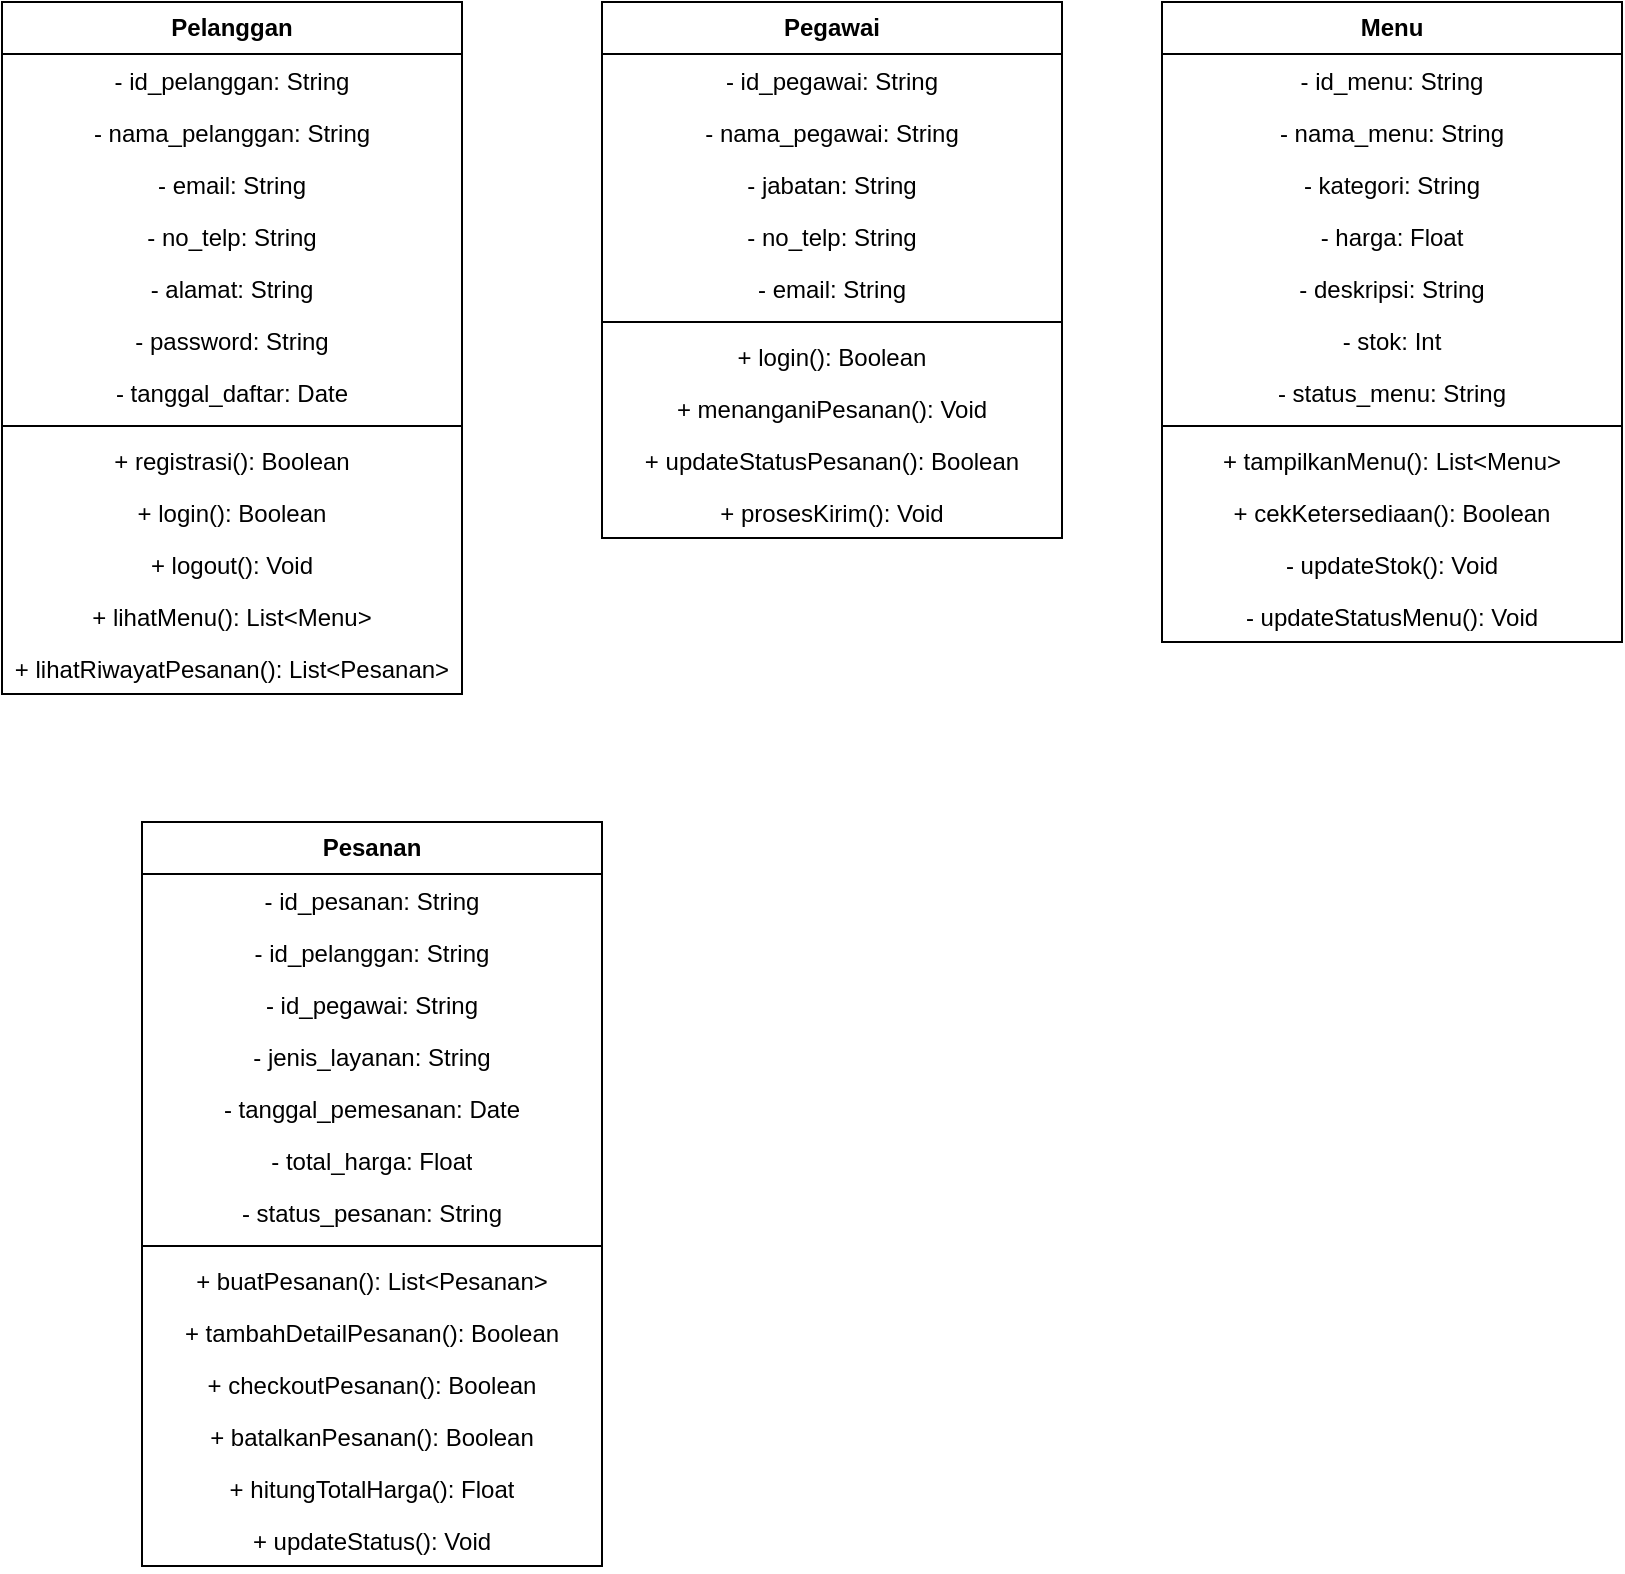
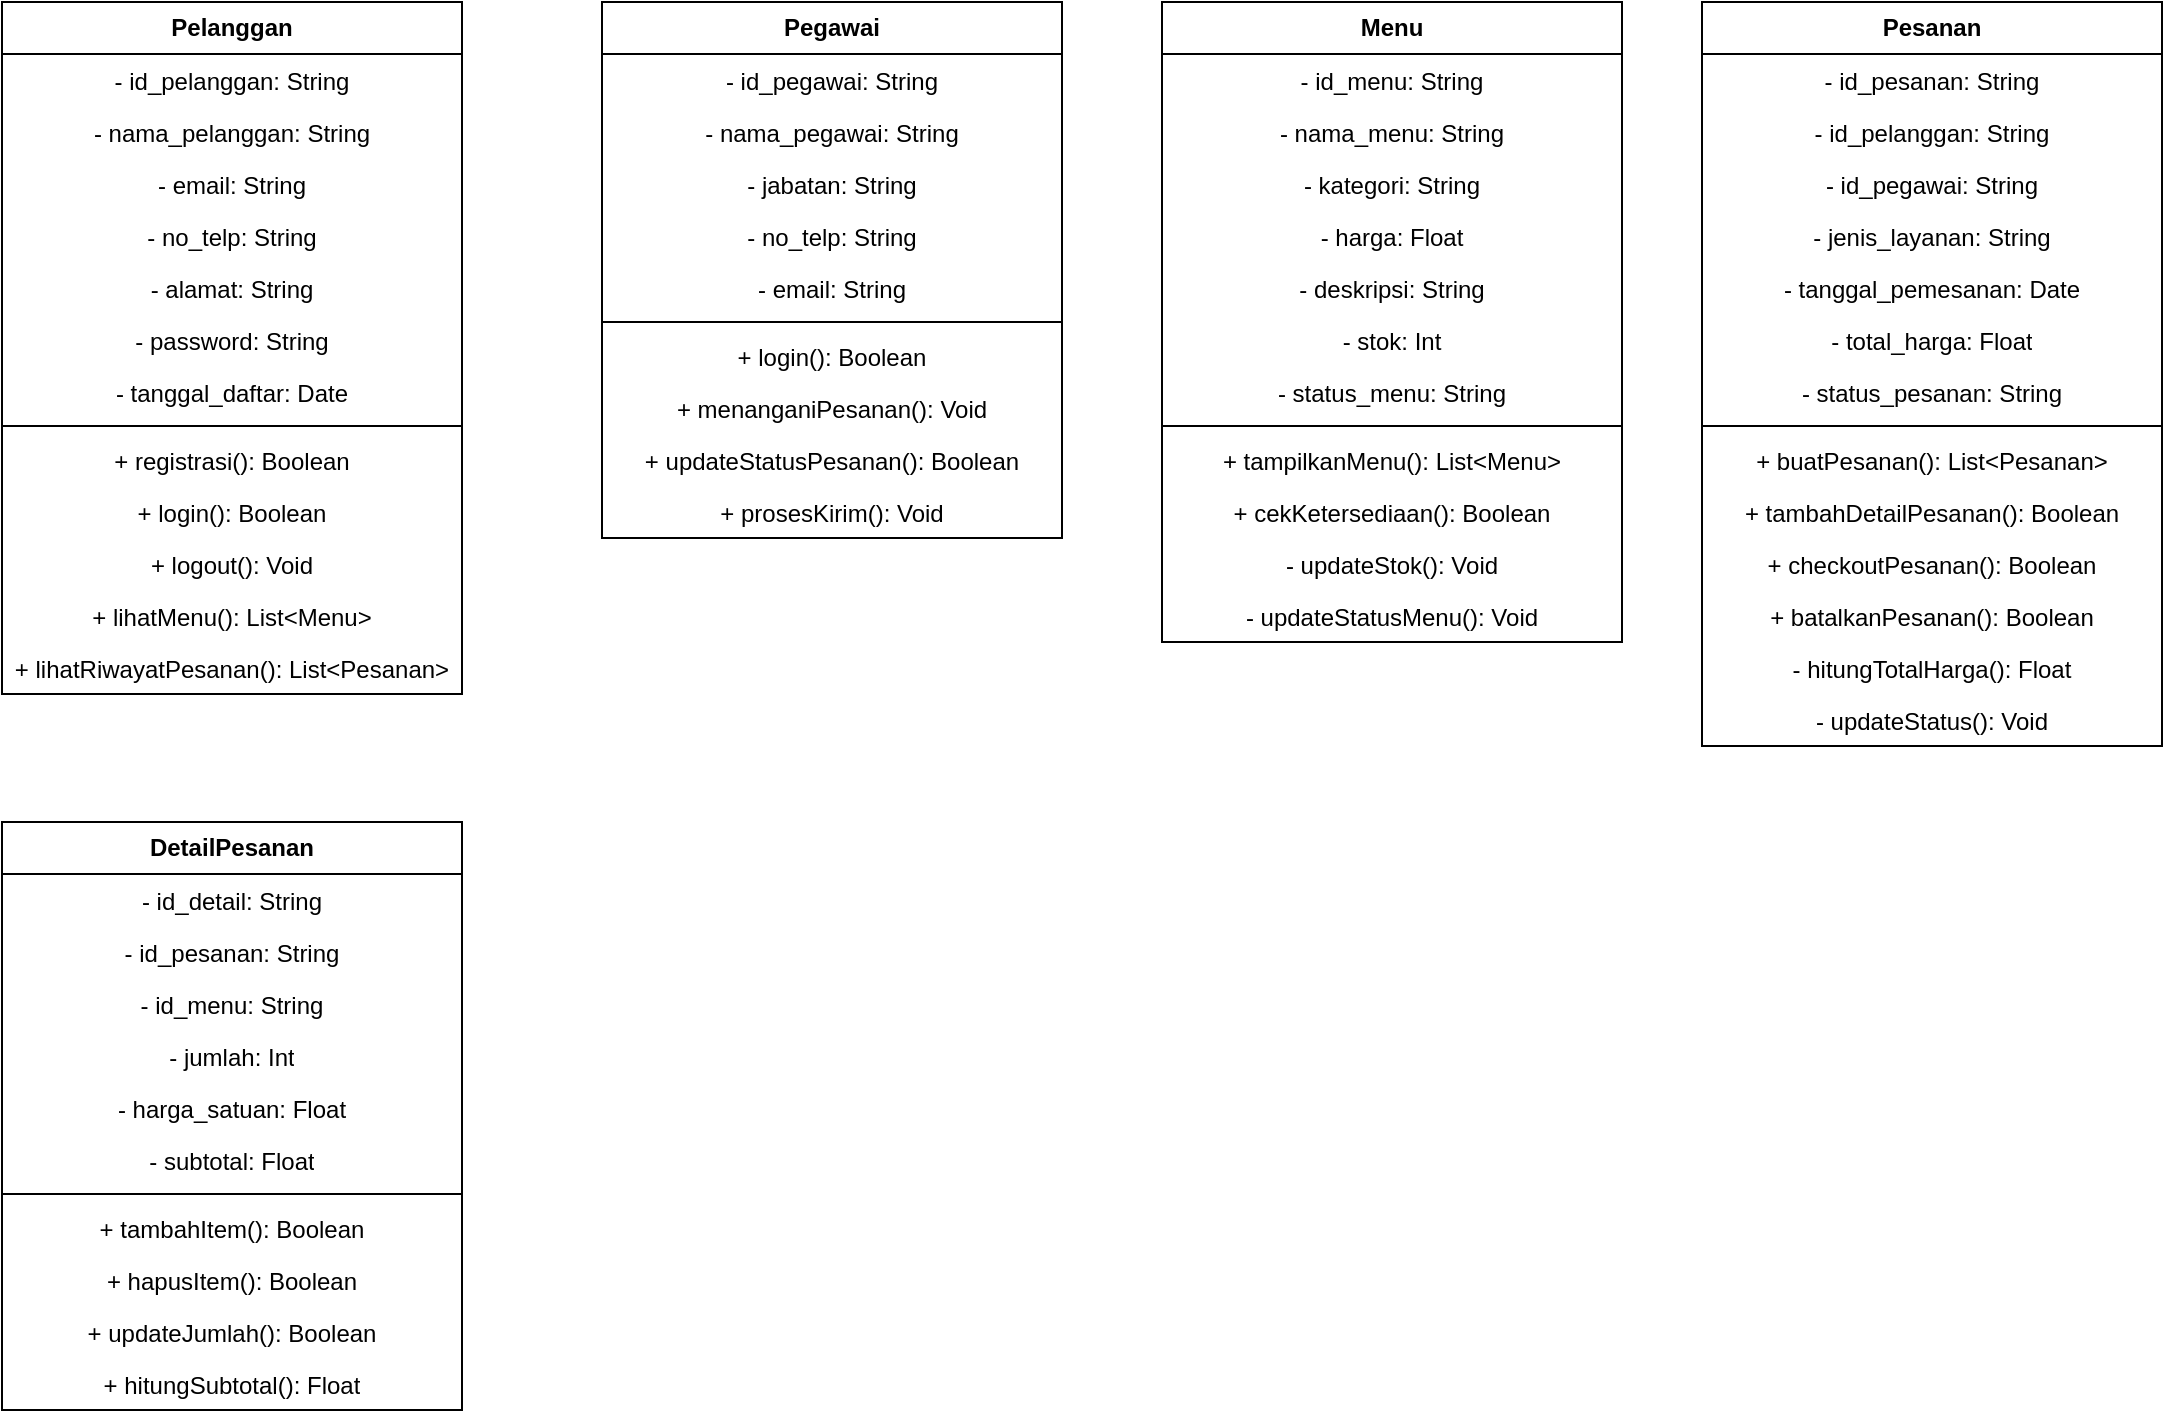
<mxfile host="app.diagrams.net">
  <diagram name="Class Diagram" id="XLRAudqMSV8JJL2WmWoO">
-     <mxGraphModel dx="667" dy="442" grid="1" gridSize="10" guides="1" tooltips="1" connect="1" arrows="1" fold="1" page="1" pageScale="1" pageWidth="827" pageHeight="1169" math="0" shadow="0">
+     <mxGraphModel dx="1168" dy="774" grid="1" gridSize="10" guides="1" tooltips="1" connect="1" arrows="1" fold="1" page="1" pageScale="1" pageWidth="827" pageHeight="1169" math="0" shadow="0">
      <root>
        <mxCell id="0" />
        <mxCell id="1" parent="0" />
        <mxCell id="4Q5ZbxA_9OykwKKi5Nih-1" parent="1" style="swimlane;fontStyle=1;align=center;verticalAlign=middle;childLayout=stackLayout;horizontal=1;startSize=26;horizontalStack=0;resizeParent=1;resizeParentMax=0;resizeLast=0;collapsible=1;marginBottom=0;whiteSpace=wrap;html=1;labelBorderColor=none;labelBackgroundColor=none;fontColor=default;" value="Pelanggan" vertex="1">
          <mxGeometry height="346" width="230" x="60" y="40" as="geometry" />
        </mxCell>
        <mxCell id="4Q5ZbxA_9OykwKKi5Nih-2" parent="4Q5ZbxA_9OykwKKi5Nih-1" style="text;strokeColor=none;fillColor=none;align=center;verticalAlign=top;spacingLeft=4;spacingRight=4;overflow=hidden;rotatable=0;points=[[0,0.5],[1,0.5]];portConstraint=eastwest;whiteSpace=wrap;html=1;" value="- id_pelanggan: String" vertex="1">
          <mxGeometry height="26" width="230" y="26" as="geometry" />
        </mxCell>
        <mxCell id="4Q5ZbxA_9OykwKKi5Nih-5" parent="4Q5ZbxA_9OykwKKi5Nih-1" style="text;strokeColor=none;fillColor=none;align=center;verticalAlign=top;spacingLeft=4;spacingRight=4;overflow=hidden;rotatable=0;points=[[0,0.5],[1,0.5]];portConstraint=eastwest;whiteSpace=wrap;html=1;" value="- nama_pelanggan: String" vertex="1">
          <mxGeometry height="26" width="230" y="52" as="geometry" />
        </mxCell>
        <mxCell id="4Q5ZbxA_9OykwKKi5Nih-6" parent="4Q5ZbxA_9OykwKKi5Nih-1" style="text;strokeColor=none;fillColor=none;align=center;verticalAlign=top;spacingLeft=4;spacingRight=4;overflow=hidden;rotatable=0;points=[[0,0.5],[1,0.5]];portConstraint=eastwest;whiteSpace=wrap;html=1;" value="- email: String" vertex="1">
          <mxGeometry height="26" width="230" y="78" as="geometry" />
        </mxCell>
        <mxCell id="4Q5ZbxA_9OykwKKi5Nih-7" parent="4Q5ZbxA_9OykwKKi5Nih-1" style="text;strokeColor=none;fillColor=none;align=center;verticalAlign=top;spacingLeft=4;spacingRight=4;overflow=hidden;rotatable=0;points=[[0,0.5],[1,0.5]];portConstraint=eastwest;whiteSpace=wrap;html=1;" value="- no_telp: String" vertex="1">
          <mxGeometry height="26" width="230" y="104" as="geometry" />
        </mxCell>
        <mxCell id="4Q5ZbxA_9OykwKKi5Nih-8" parent="4Q5ZbxA_9OykwKKi5Nih-1" style="text;strokeColor=none;fillColor=none;align=center;verticalAlign=top;spacingLeft=4;spacingRight=4;overflow=hidden;rotatable=0;points=[[0,0.5],[1,0.5]];portConstraint=eastwest;whiteSpace=wrap;html=1;" value="- alamat: String" vertex="1">
          <mxGeometry height="26" width="230" y="130" as="geometry" />
        </mxCell>
        <mxCell id="4Q5ZbxA_9OykwKKi5Nih-9" parent="4Q5ZbxA_9OykwKKi5Nih-1" style="text;strokeColor=none;fillColor=none;align=center;verticalAlign=top;spacingLeft=4;spacingRight=4;overflow=hidden;rotatable=0;points=[[0,0.5],[1,0.5]];portConstraint=eastwest;whiteSpace=wrap;html=1;" value="- password: String" vertex="1">
          <mxGeometry height="26" width="230" y="156" as="geometry" />
        </mxCell>
        <mxCell id="4Q5ZbxA_9OykwKKi5Nih-10" parent="4Q5ZbxA_9OykwKKi5Nih-1" style="text;strokeColor=none;fillColor=none;align=center;verticalAlign=top;spacingLeft=4;spacingRight=4;overflow=hidden;rotatable=0;points=[[0,0.5],[1,0.5]];portConstraint=eastwest;whiteSpace=wrap;html=1;" value="- tanggal_daftar: Date" vertex="1">
          <mxGeometry height="26" width="230" y="182" as="geometry" />
        </mxCell>
        <mxCell id="4Q5ZbxA_9OykwKKi5Nih-3" parent="4Q5ZbxA_9OykwKKi5Nih-1" style="line;strokeWidth=1;fillColor=none;align=center;verticalAlign=middle;spacingTop=-1;spacingLeft=3;spacingRight=3;rotatable=0;labelPosition=right;points=[];portConstraint=eastwest;strokeColor=inherit;" value="" vertex="1">
          <mxGeometry height="8" width="230" y="208" as="geometry" />
        </mxCell>
        <mxCell id="4Q5ZbxA_9OykwKKi5Nih-4" parent="4Q5ZbxA_9OykwKKi5Nih-1" style="text;strokeColor=none;fillColor=none;align=center;verticalAlign=top;spacingLeft=4;spacingRight=4;overflow=hidden;rotatable=0;points=[[0,0.5],[1,0.5]];portConstraint=eastwest;whiteSpace=wrap;html=1;" value="+ registrasi(): Boolean" vertex="1">
          <mxGeometry height="26" width="230" y="216" as="geometry" />
        </mxCell>
        <mxCell id="4Q5ZbxA_9OykwKKi5Nih-11" parent="4Q5ZbxA_9OykwKKi5Nih-1" style="text;strokeColor=none;fillColor=none;align=center;verticalAlign=top;spacingLeft=4;spacingRight=4;overflow=hidden;rotatable=0;points=[[0,0.5],[1,0.5]];portConstraint=eastwest;whiteSpace=wrap;html=1;" value="+ login(): Boolean" vertex="1">
          <mxGeometry height="26" width="230" y="242" as="geometry" />
        </mxCell>
        <mxCell id="4Q5ZbxA_9OykwKKi5Nih-12" parent="4Q5ZbxA_9OykwKKi5Nih-1" style="text;strokeColor=none;fillColor=none;align=center;verticalAlign=top;spacingLeft=4;spacingRight=4;overflow=hidden;rotatable=0;points=[[0,0.5],[1,0.5]];portConstraint=eastwest;whiteSpace=wrap;html=1;" value="+ logout(): Void" vertex="1">
          <mxGeometry height="26" width="230" y="268" as="geometry" />
        </mxCell>
        <mxCell id="4Q5ZbxA_9OykwKKi5Nih-13" parent="4Q5ZbxA_9OykwKKi5Nih-1" style="text;strokeColor=none;fillColor=none;align=center;verticalAlign=top;spacingLeft=4;spacingRight=4;overflow=hidden;rotatable=0;points=[[0,0.5],[1,0.5]];portConstraint=eastwest;whiteSpace=wrap;html=1;" value="+ lihatMenu(): List&amp;lt;Menu&amp;gt;" vertex="1">
          <mxGeometry height="26" width="230" y="294" as="geometry" />
        </mxCell>
        <mxCell id="4Q5ZbxA_9OykwKKi5Nih-14" parent="4Q5ZbxA_9OykwKKi5Nih-1" style="text;strokeColor=none;fillColor=none;align=center;verticalAlign=top;spacingLeft=4;spacingRight=4;overflow=hidden;rotatable=0;points=[[0,0.5],[1,0.5]];portConstraint=eastwest;whiteSpace=wrap;html=1;" value="+ lihatRiwayatPesanan(): List&amp;lt;Pesanan&amp;gt;" vertex="1">
          <mxGeometry height="26" width="230" y="320" as="geometry" />
        </mxCell>
        <mxCell id="4Q5ZbxA_9OykwKKi5Nih-16" parent="1" style="swimlane;fontStyle=1;align=center;verticalAlign=middle;childLayout=stackLayout;horizontal=1;startSize=26;horizontalStack=0;resizeParent=1;resizeParentMax=0;resizeLast=0;collapsible=1;marginBottom=0;whiteSpace=wrap;html=1;labelBorderColor=none;labelBackgroundColor=none;fontColor=default;" value="Pegawai" vertex="1">
          <mxGeometry height="268" width="230" x="360" y="40" as="geometry" />
        </mxCell>
        <mxCell id="4Q5ZbxA_9OykwKKi5Nih-17" parent="4Q5ZbxA_9OykwKKi5Nih-16" style="text;strokeColor=none;fillColor=none;align=center;verticalAlign=top;spacingLeft=4;spacingRight=4;overflow=hidden;rotatable=0;points=[[0,0.5],[1,0.5]];portConstraint=eastwest;whiteSpace=wrap;html=1;" value="- id_pegawai: String" vertex="1">
          <mxGeometry height="26" width="230" y="26" as="geometry" />
        </mxCell>
        <mxCell id="4Q5ZbxA_9OykwKKi5Nih-18" parent="4Q5ZbxA_9OykwKKi5Nih-16" style="text;strokeColor=none;fillColor=none;align=center;verticalAlign=top;spacingLeft=4;spacingRight=4;overflow=hidden;rotatable=0;points=[[0,0.5],[1,0.5]];portConstraint=eastwest;whiteSpace=wrap;html=1;" value="- nama_pegawai: String" vertex="1">
          <mxGeometry height="26" width="230" y="52" as="geometry" />
        </mxCell>
        <mxCell id="4Q5ZbxA_9OykwKKi5Nih-19" parent="4Q5ZbxA_9OykwKKi5Nih-16" style="text;strokeColor=none;fillColor=none;align=center;verticalAlign=top;spacingLeft=4;spacingRight=4;overflow=hidden;rotatable=0;points=[[0,0.5],[1,0.5]];portConstraint=eastwest;whiteSpace=wrap;html=1;" value="- jabatan: String" vertex="1">
          <mxGeometry height="26" width="230" y="78" as="geometry" />
        </mxCell>
        <mxCell id="4Q5ZbxA_9OykwKKi5Nih-20" parent="4Q5ZbxA_9OykwKKi5Nih-16" style="text;strokeColor=none;fillColor=none;align=center;verticalAlign=top;spacingLeft=4;spacingRight=4;overflow=hidden;rotatable=0;points=[[0,0.5],[1,0.5]];portConstraint=eastwest;whiteSpace=wrap;html=1;" value="- no_telp: String" vertex="1">
          <mxGeometry height="26" width="230" y="104" as="geometry" />
        </mxCell>
        <mxCell id="4Q5ZbxA_9OykwKKi5Nih-21" parent="4Q5ZbxA_9OykwKKi5Nih-16" style="text;strokeColor=none;fillColor=none;align=center;verticalAlign=top;spacingLeft=4;spacingRight=4;overflow=hidden;rotatable=0;points=[[0,0.5],[1,0.5]];portConstraint=eastwest;whiteSpace=wrap;html=1;" value="- email: String" vertex="1">
          <mxGeometry height="26" width="230" y="130" as="geometry" />
        </mxCell>
        <mxCell id="4Q5ZbxA_9OykwKKi5Nih-24" parent="4Q5ZbxA_9OykwKKi5Nih-16" style="line;strokeWidth=1;fillColor=none;align=center;verticalAlign=middle;spacingTop=-1;spacingLeft=3;spacingRight=3;rotatable=0;labelPosition=right;points=[];portConstraint=eastwest;strokeColor=inherit;" value="" vertex="1">
          <mxGeometry height="8" width="230" y="156" as="geometry" />
        </mxCell>
        <mxCell id="4Q5ZbxA_9OykwKKi5Nih-25" parent="4Q5ZbxA_9OykwKKi5Nih-16" style="text;strokeColor=none;fillColor=none;align=center;verticalAlign=top;spacingLeft=4;spacingRight=4;overflow=hidden;rotatable=0;points=[[0,0.5],[1,0.5]];portConstraint=eastwest;whiteSpace=wrap;html=1;" value="+ login(): Boolean" vertex="1">
          <mxGeometry height="26" width="230" y="164" as="geometry" />
        </mxCell>
        <mxCell id="4Q5ZbxA_9OykwKKi5Nih-26" parent="4Q5ZbxA_9OykwKKi5Nih-16" style="text;strokeColor=none;fillColor=none;align=center;verticalAlign=top;spacingLeft=4;spacingRight=4;overflow=hidden;rotatable=0;points=[[0,0.5],[1,0.5]];portConstraint=eastwest;whiteSpace=wrap;html=1;" value="+ menanganiPesanan(): Void" vertex="1">
          <mxGeometry height="26" width="230" y="190" as="geometry" />
        </mxCell>
        <mxCell id="4Q5ZbxA_9OykwKKi5Nih-27" parent="4Q5ZbxA_9OykwKKi5Nih-16" style="text;strokeColor=none;fillColor=none;align=center;verticalAlign=top;spacingLeft=4;spacingRight=4;overflow=hidden;rotatable=0;points=[[0,0.5],[1,0.5]];portConstraint=eastwest;whiteSpace=wrap;html=1;" value="+ updateStatusPesanan(): Boolean" vertex="1">
          <mxGeometry height="26" width="230" y="216" as="geometry" />
        </mxCell>
        <mxCell id="4Q5ZbxA_9OykwKKi5Nih-28" parent="4Q5ZbxA_9OykwKKi5Nih-16" style="text;strokeColor=none;fillColor=none;align=center;verticalAlign=top;spacingLeft=4;spacingRight=4;overflow=hidden;rotatable=0;points=[[0,0.5],[1,0.5]];portConstraint=eastwest;whiteSpace=wrap;html=1;" value="+ prosesKirim(): Void" vertex="1">
          <mxGeometry height="26" width="230" y="242" as="geometry" />
        </mxCell>
        <mxCell id="4Q5ZbxA_9OykwKKi5Nih-30" parent="1" style="swimlane;fontStyle=1;align=center;verticalAlign=middle;childLayout=stackLayout;horizontal=1;startSize=26;horizontalStack=0;resizeParent=1;resizeParentMax=0;resizeLast=0;collapsible=1;marginBottom=0;whiteSpace=wrap;html=1;labelBorderColor=none;labelBackgroundColor=none;fontColor=default;" value="Menu" vertex="1">
          <mxGeometry height="320" width="230" x="640" y="40" as="geometry" />
        </mxCell>
        <mxCell id="4Q5ZbxA_9OykwKKi5Nih-31" parent="4Q5ZbxA_9OykwKKi5Nih-30" style="text;strokeColor=none;fillColor=none;align=center;verticalAlign=top;spacingLeft=4;spacingRight=4;overflow=hidden;rotatable=0;points=[[0,0.5],[1,0.5]];portConstraint=eastwest;whiteSpace=wrap;html=1;" value="- id_menu: String" vertex="1">
          <mxGeometry height="26" width="230" y="26" as="geometry" />
        </mxCell>
        <mxCell id="4Q5ZbxA_9OykwKKi5Nih-32" parent="4Q5ZbxA_9OykwKKi5Nih-30" style="text;strokeColor=none;fillColor=none;align=center;verticalAlign=top;spacingLeft=4;spacingRight=4;overflow=hidden;rotatable=0;points=[[0,0.5],[1,0.5]];portConstraint=eastwest;whiteSpace=wrap;html=1;" value="- nama_menu: String" vertex="1">
          <mxGeometry height="26" width="230" y="52" as="geometry" />
        </mxCell>
        <mxCell id="4Q5ZbxA_9OykwKKi5Nih-33" parent="4Q5ZbxA_9OykwKKi5Nih-30" style="text;strokeColor=none;fillColor=none;align=center;verticalAlign=top;spacingLeft=4;spacingRight=4;overflow=hidden;rotatable=0;points=[[0,0.5],[1,0.5]];portConstraint=eastwest;whiteSpace=wrap;html=1;" value="- kategori: String" vertex="1">
          <mxGeometry height="26" width="230" y="78" as="geometry" />
        </mxCell>
        <mxCell id="4Q5ZbxA_9OykwKKi5Nih-34" parent="4Q5ZbxA_9OykwKKi5Nih-30" style="text;strokeColor=none;fillColor=none;align=center;verticalAlign=top;spacingLeft=4;spacingRight=4;overflow=hidden;rotatable=0;points=[[0,0.5],[1,0.5]];portConstraint=eastwest;whiteSpace=wrap;html=1;" value="- harga: Float" vertex="1">
          <mxGeometry height="26" width="230" y="104" as="geometry" />
        </mxCell>
        <mxCell id="4Q5ZbxA_9OykwKKi5Nih-35" parent="4Q5ZbxA_9OykwKKi5Nih-30" style="text;strokeColor=none;fillColor=none;align=center;verticalAlign=top;spacingLeft=4;spacingRight=4;overflow=hidden;rotatable=0;points=[[0,0.5],[1,0.5]];portConstraint=eastwest;whiteSpace=wrap;html=1;" value="- deskripsi: String" vertex="1">
          <mxGeometry height="26" width="230" y="130" as="geometry" />
        </mxCell>
        <mxCell id="4Q5ZbxA_9OykwKKi5Nih-36" parent="4Q5ZbxA_9OykwKKi5Nih-30" style="text;strokeColor=none;fillColor=none;align=center;verticalAlign=top;spacingLeft=4;spacingRight=4;overflow=hidden;rotatable=0;points=[[0,0.5],[1,0.5]];portConstraint=eastwest;whiteSpace=wrap;html=1;" value="- stok: Int" vertex="1">
          <mxGeometry height="26" width="230" y="156" as="geometry" />
        </mxCell>
        <mxCell id="4Q5ZbxA_9OykwKKi5Nih-37" parent="4Q5ZbxA_9OykwKKi5Nih-30" style="text;strokeColor=none;fillColor=none;align=center;verticalAlign=top;spacingLeft=4;spacingRight=4;overflow=hidden;rotatable=0;points=[[0,0.5],[1,0.5]];portConstraint=eastwest;whiteSpace=wrap;html=1;" value="- status_menu: String" vertex="1">
          <mxGeometry height="26" width="230" y="182" as="geometry" />
        </mxCell>
        <mxCell id="4Q5ZbxA_9OykwKKi5Nih-38" parent="4Q5ZbxA_9OykwKKi5Nih-30" style="line;strokeWidth=1;fillColor=none;align=center;verticalAlign=middle;spacingTop=-1;spacingLeft=3;spacingRight=3;rotatable=0;labelPosition=right;points=[];portConstraint=eastwest;strokeColor=inherit;" value="" vertex="1">
          <mxGeometry height="8" width="230" y="208" as="geometry" />
        </mxCell>
        <mxCell id="4Q5ZbxA_9OykwKKi5Nih-39" parent="4Q5ZbxA_9OykwKKi5Nih-30" style="text;strokeColor=none;fillColor=none;align=center;verticalAlign=top;spacingLeft=4;spacingRight=4;overflow=hidden;rotatable=0;points=[[0,0.5],[1,0.5]];portConstraint=eastwest;whiteSpace=wrap;html=1;" value="+ tampilkanMenu(): List&amp;lt;Menu&amp;gt;" vertex="1">
          <mxGeometry height="26" width="230" y="216" as="geometry" />
        </mxCell>
        <mxCell id="4Q5ZbxA_9OykwKKi5Nih-40" parent="4Q5ZbxA_9OykwKKi5Nih-30" style="text;strokeColor=none;fillColor=none;align=center;verticalAlign=top;spacingLeft=4;spacingRight=4;overflow=hidden;rotatable=0;points=[[0,0.5],[1,0.5]];portConstraint=eastwest;whiteSpace=wrap;html=1;" value="+ cekKetersediaan(): Boolean" vertex="1">
          <mxGeometry height="26" width="230" y="242" as="geometry" />
        </mxCell>
        <mxCell id="4Q5ZbxA_9OykwKKi5Nih-41" parent="4Q5ZbxA_9OykwKKi5Nih-30" style="text;strokeColor=none;fillColor=none;align=center;verticalAlign=top;spacingLeft=4;spacingRight=4;overflow=hidden;rotatable=0;points=[[0,0.5],[1,0.5]];portConstraint=eastwest;whiteSpace=wrap;html=1;" value="- updateStok(): Void" vertex="1">
          <mxGeometry height="26" width="230" y="268" as="geometry" />
        </mxCell>
        <mxCell id="4Q5ZbxA_9OykwKKi5Nih-42" parent="4Q5ZbxA_9OykwKKi5Nih-30" style="text;strokeColor=none;fillColor=none;align=center;verticalAlign=top;spacingLeft=4;spacingRight=4;overflow=hidden;rotatable=0;points=[[0,0.5],[1,0.5]];portConstraint=eastwest;whiteSpace=wrap;html=1;" value="- updateStatusMenu(): Void" vertex="1">
          <mxGeometry height="26" width="230" y="294" as="geometry" />
        </mxCell>
        <mxCell id="4Q5ZbxA_9OykwKKi5Nih-44" parent="1" style="swimlane;fontStyle=1;align=center;verticalAlign=middle;childLayout=stackLayout;horizontal=1;startSize=26;horizontalStack=0;resizeParent=1;resizeParentMax=0;resizeLast=0;collapsible=1;marginBottom=0;whiteSpace=wrap;html=1;labelBorderColor=none;labelBackgroundColor=none;fontColor=default;" value="Pesanan" vertex="1">
-           <mxGeometry height="372" width="230" x="130" y="450" as="geometry" />
+           <mxGeometry height="372" width="230" x="910" y="40" as="geometry" />
        </mxCell>
        <mxCell id="4Q5ZbxA_9OykwKKi5Nih-45" parent="4Q5ZbxA_9OykwKKi5Nih-44" style="text;strokeColor=none;fillColor=none;align=center;verticalAlign=top;spacingLeft=4;spacingRight=4;overflow=hidden;rotatable=0;points=[[0,0.5],[1,0.5]];portConstraint=eastwest;whiteSpace=wrap;html=1;" value="- id_pesanan: String" vertex="1">
          <mxGeometry height="26" width="230" y="26" as="geometry" />
        </mxCell>
        <mxCell id="4Q5ZbxA_9OykwKKi5Nih-46" parent="4Q5ZbxA_9OykwKKi5Nih-44" style="text;strokeColor=none;fillColor=none;align=center;verticalAlign=top;spacingLeft=4;spacingRight=4;overflow=hidden;rotatable=0;points=[[0,0.5],[1,0.5]];portConstraint=eastwest;whiteSpace=wrap;html=1;" value="- id_pelanggan: String" vertex="1">
          <mxGeometry height="26" width="230" y="52" as="geometry" />
        </mxCell>
        <mxCell id="4Q5ZbxA_9OykwKKi5Nih-47" parent="4Q5ZbxA_9OykwKKi5Nih-44" style="text;strokeColor=none;fillColor=none;align=center;verticalAlign=top;spacingLeft=4;spacingRight=4;overflow=hidden;rotatable=0;points=[[0,0.5],[1,0.5]];portConstraint=eastwest;whiteSpace=wrap;html=1;" value="- id_pegawai: String" vertex="1">
          <mxGeometry height="26" width="230" y="78" as="geometry" />
        </mxCell>
        <mxCell id="4Q5ZbxA_9OykwKKi5Nih-48" parent="4Q5ZbxA_9OykwKKi5Nih-44" style="text;strokeColor=none;fillColor=none;align=center;verticalAlign=top;spacingLeft=4;spacingRight=4;overflow=hidden;rotatable=0;points=[[0,0.5],[1,0.5]];portConstraint=eastwest;whiteSpace=wrap;html=1;" value="- jenis_layanan: String" vertex="1">
          <mxGeometry height="26" width="230" y="104" as="geometry" />
        </mxCell>
        <mxCell id="4Q5ZbxA_9OykwKKi5Nih-49" parent="4Q5ZbxA_9OykwKKi5Nih-44" style="text;strokeColor=none;fillColor=none;align=center;verticalAlign=top;spacingLeft=4;spacingRight=4;overflow=hidden;rotatable=0;points=[[0,0.5],[1,0.5]];portConstraint=eastwest;whiteSpace=wrap;html=1;" value="- tanggal_pemesanan: Date" vertex="1">
          <mxGeometry height="26" width="230" y="130" as="geometry" />
        </mxCell>
        <mxCell id="4Q5ZbxA_9OykwKKi5Nih-50" parent="4Q5ZbxA_9OykwKKi5Nih-44" style="text;strokeColor=none;fillColor=none;align=center;verticalAlign=top;spacingLeft=4;spacingRight=4;overflow=hidden;rotatable=0;points=[[0,0.5],[1,0.5]];portConstraint=eastwest;whiteSpace=wrap;html=1;" value="- total_harga: Float" vertex="1">
          <mxGeometry height="26" width="230" y="156" as="geometry" />
        </mxCell>
        <mxCell id="4Q5ZbxA_9OykwKKi5Nih-51" parent="4Q5ZbxA_9OykwKKi5Nih-44" style="text;strokeColor=none;fillColor=none;align=center;verticalAlign=top;spacingLeft=4;spacingRight=4;overflow=hidden;rotatable=0;points=[[0,0.5],[1,0.5]];portConstraint=eastwest;whiteSpace=wrap;html=1;" value="- status_pesanan: String" vertex="1">
          <mxGeometry height="26" width="230" y="182" as="geometry" />
        </mxCell>
        <mxCell id="4Q5ZbxA_9OykwKKi5Nih-52" parent="4Q5ZbxA_9OykwKKi5Nih-44" style="line;strokeWidth=1;fillColor=none;align=center;verticalAlign=middle;spacingTop=-1;spacingLeft=3;spacingRight=3;rotatable=0;labelPosition=right;points=[];portConstraint=eastwest;strokeColor=inherit;" value="" vertex="1">
          <mxGeometry height="8" width="230" y="208" as="geometry" />
        </mxCell>
        <mxCell id="4Q5ZbxA_9OykwKKi5Nih-53" parent="4Q5ZbxA_9OykwKKi5Nih-44" style="text;strokeColor=none;fillColor=none;align=center;verticalAlign=top;spacingLeft=4;spacingRight=4;overflow=hidden;rotatable=0;points=[[0,0.5],[1,0.5]];portConstraint=eastwest;whiteSpace=wrap;html=1;" value="+ buatPesanan(): List&amp;lt;Pesanan&amp;gt;" vertex="1">
          <mxGeometry height="26" width="230" y="216" as="geometry" />
        </mxCell>
        <mxCell id="4Q5ZbxA_9OykwKKi5Nih-54" parent="4Q5ZbxA_9OykwKKi5Nih-44" style="text;strokeColor=none;fillColor=none;align=center;verticalAlign=top;spacingLeft=4;spacingRight=4;overflow=hidden;rotatable=0;points=[[0,0.5],[1,0.5]];portConstraint=eastwest;whiteSpace=wrap;html=1;" value="+ tambahDetailPesanan(): Boolean" vertex="1">
          <mxGeometry height="26" width="230" y="242" as="geometry" />
        </mxCell>
        <mxCell id="4Q5ZbxA_9OykwKKi5Nih-55" parent="4Q5ZbxA_9OykwKKi5Nih-44" style="text;strokeColor=none;fillColor=none;align=center;verticalAlign=top;spacingLeft=4;spacingRight=4;overflow=hidden;rotatable=0;points=[[0,0.5],[1,0.5]];portConstraint=eastwest;whiteSpace=wrap;html=1;" value="+ checkoutPesanan(): Boolean" vertex="1">
          <mxGeometry height="26" width="230" y="268" as="geometry" />
        </mxCell>
        <mxCell id="4Q5ZbxA_9OykwKKi5Nih-56" parent="4Q5ZbxA_9OykwKKi5Nih-44" style="text;strokeColor=none;fillColor=none;align=center;verticalAlign=top;spacingLeft=4;spacingRight=4;overflow=hidden;rotatable=0;points=[[0,0.5],[1,0.5]];portConstraint=eastwest;whiteSpace=wrap;html=1;" value="+ batalkanPesanan(): Boolean" vertex="1">
          <mxGeometry height="26" width="230" y="294" as="geometry" />
        </mxCell>
-         <mxCell id="4Q5ZbxA_9OykwKKi5Nih-57" parent="4Q5ZbxA_9OykwKKi5Nih-44" style="text;strokeColor=none;fillColor=none;align=center;verticalAlign=top;spacingLeft=4;spacingRight=4;overflow=hidden;rotatable=0;points=[[0,0.5],[1,0.5]];portConstraint=eastwest;whiteSpace=wrap;html=1;" value="+ hitungTotalHarga(): Float" vertex="1">
+         <mxCell id="4Q5ZbxA_9OykwKKi5Nih-57" parent="4Q5ZbxA_9OykwKKi5Nih-44" style="text;strokeColor=none;fillColor=none;align=center;verticalAlign=top;spacingLeft=4;spacingRight=4;overflow=hidden;rotatable=0;points=[[0,0.5],[1,0.5]];portConstraint=eastwest;whiteSpace=wrap;html=1;" value="- hitungTotalHarga(): Float" vertex="1">
          <mxGeometry height="26" width="230" y="320" as="geometry" />
        </mxCell>
-         <mxCell id="-Ip3KR_69kROD7_R9hKT-1" parent="4Q5ZbxA_9OykwKKi5Nih-44" style="text;strokeColor=none;fillColor=none;align=center;verticalAlign=top;spacingLeft=4;spacingRight=4;overflow=hidden;rotatable=0;points=[[0,0.5],[1,0.5]];portConstraint=eastwest;whiteSpace=wrap;html=1;" value="+ updateStatus(): Void" vertex="1">
+         <mxCell id="-Ip3KR_69kROD7_R9hKT-1" parent="4Q5ZbxA_9OykwKKi5Nih-44" style="text;strokeColor=none;fillColor=none;align=center;verticalAlign=top;spacingLeft=4;spacingRight=4;overflow=hidden;rotatable=0;points=[[0,0.5],[1,0.5]];portConstraint=eastwest;whiteSpace=wrap;html=1;" value="- updateStatus(): Void" vertex="1">
          <mxGeometry height="26" width="230" y="346" as="geometry" />
+         </mxCell>
+         <mxCell id="-Ip3KR_69kROD7_R9hKT-2" parent="1" style="swimlane;fontStyle=1;align=center;verticalAlign=middle;childLayout=stackLayout;horizontal=1;startSize=26;horizontalStack=0;resizeParent=1;resizeParentMax=0;resizeLast=0;collapsible=1;marginBottom=0;whiteSpace=wrap;html=1;labelBorderColor=none;labelBackgroundColor=none;fontColor=default;" value="DetailPesanan" vertex="1">
+           <mxGeometry height="294" width="230" x="60" y="450" as="geometry" />
+         </mxCell>
+         <mxCell id="-Ip3KR_69kROD7_R9hKT-3" parent="-Ip3KR_69kROD7_R9hKT-2" style="text;strokeColor=none;fillColor=none;align=center;verticalAlign=top;spacingLeft=4;spacingRight=4;overflow=hidden;rotatable=0;points=[[0,0.5],[1,0.5]];portConstraint=eastwest;whiteSpace=wrap;html=1;" value="- id_detail: String" vertex="1">
+           <mxGeometry height="26" width="230" y="26" as="geometry" />
+         </mxCell>
+         <mxCell id="-Ip3KR_69kROD7_R9hKT-4" parent="-Ip3KR_69kROD7_R9hKT-2" style="text;strokeColor=none;fillColor=none;align=center;verticalAlign=top;spacingLeft=4;spacingRight=4;overflow=hidden;rotatable=0;points=[[0,0.5],[1,0.5]];portConstraint=eastwest;whiteSpace=wrap;html=1;" value="- id_pesanan: String" vertex="1">
+           <mxGeometry height="26" width="230" y="52" as="geometry" />
+         </mxCell>
+         <mxCell id="-Ip3KR_69kROD7_R9hKT-5" parent="-Ip3KR_69kROD7_R9hKT-2" style="text;strokeColor=none;fillColor=none;align=center;verticalAlign=top;spacingLeft=4;spacingRight=4;overflow=hidden;rotatable=0;points=[[0,0.5],[1,0.5]];portConstraint=eastwest;whiteSpace=wrap;html=1;" value="- id_menu: String" vertex="1">
+           <mxGeometry height="26" width="230" y="78" as="geometry" />
+         </mxCell>
+         <mxCell id="-Ip3KR_69kROD7_R9hKT-6" parent="-Ip3KR_69kROD7_R9hKT-2" style="text;strokeColor=none;fillColor=none;align=center;verticalAlign=top;spacingLeft=4;spacingRight=4;overflow=hidden;rotatable=0;points=[[0,0.5],[1,0.5]];portConstraint=eastwest;whiteSpace=wrap;html=1;" value="- jumlah: Int" vertex="1">
+           <mxGeometry height="26" width="230" y="104" as="geometry" />
+         </mxCell>
+         <mxCell id="-Ip3KR_69kROD7_R9hKT-7" parent="-Ip3KR_69kROD7_R9hKT-2" style="text;strokeColor=none;fillColor=none;align=center;verticalAlign=top;spacingLeft=4;spacingRight=4;overflow=hidden;rotatable=0;points=[[0,0.5],[1,0.5]];portConstraint=eastwest;whiteSpace=wrap;html=1;" value="- harga_satuan: Float" vertex="1">
+           <mxGeometry height="26" width="230" y="130" as="geometry" />
+         </mxCell>
+         <mxCell id="-Ip3KR_69kROD7_R9hKT-13" parent="-Ip3KR_69kROD7_R9hKT-2" style="text;strokeColor=none;fillColor=none;align=center;verticalAlign=top;spacingLeft=4;spacingRight=4;overflow=hidden;rotatable=0;points=[[0,0.5],[1,0.5]];portConstraint=eastwest;whiteSpace=wrap;html=1;" value="- subtotal: Float" vertex="1">
+           <mxGeometry height="26" width="230" y="156" as="geometry" />
+         </mxCell>
+         <mxCell id="-Ip3KR_69kROD7_R9hKT-8" parent="-Ip3KR_69kROD7_R9hKT-2" style="line;strokeWidth=1;fillColor=none;align=center;verticalAlign=middle;spacingTop=-1;spacingLeft=3;spacingRight=3;rotatable=0;labelPosition=right;points=[];portConstraint=eastwest;strokeColor=inherit;" value="" vertex="1">
+           <mxGeometry height="8" width="230" y="182" as="geometry" />
+         </mxCell>
+         <mxCell id="-Ip3KR_69kROD7_R9hKT-9" parent="-Ip3KR_69kROD7_R9hKT-2" style="text;strokeColor=none;fillColor=none;align=center;verticalAlign=top;spacingLeft=4;spacingRight=4;overflow=hidden;rotatable=0;points=[[0,0.5],[1,0.5]];portConstraint=eastwest;whiteSpace=wrap;html=1;" value="+ tambahItem(): Boolean" vertex="1">
+           <mxGeometry height="26" width="230" y="190" as="geometry" />
+         </mxCell>
+         <mxCell id="-Ip3KR_69kROD7_R9hKT-10" parent="-Ip3KR_69kROD7_R9hKT-2" style="text;strokeColor=none;fillColor=none;align=center;verticalAlign=top;spacingLeft=4;spacingRight=4;overflow=hidden;rotatable=0;points=[[0,0.5],[1,0.5]];portConstraint=eastwest;whiteSpace=wrap;html=1;" value="+ hapusItem(): Boolean" vertex="1">
+           <mxGeometry height="26" width="230" y="216" as="geometry" />
+         </mxCell>
+         <mxCell id="-Ip3KR_69kROD7_R9hKT-11" parent="-Ip3KR_69kROD7_R9hKT-2" style="text;strokeColor=none;fillColor=none;align=center;verticalAlign=top;spacingLeft=4;spacingRight=4;overflow=hidden;rotatable=0;points=[[0,0.5],[1,0.5]];portConstraint=eastwest;whiteSpace=wrap;html=1;" value="+ updateJumlah(): Boolean" vertex="1">
+           <mxGeometry height="26" width="230" y="242" as="geometry" />
+         </mxCell>
+         <mxCell id="-Ip3KR_69kROD7_R9hKT-12" parent="-Ip3KR_69kROD7_R9hKT-2" style="text;strokeColor=none;fillColor=none;align=center;verticalAlign=top;spacingLeft=4;spacingRight=4;overflow=hidden;rotatable=0;points=[[0,0.5],[1,0.5]];portConstraint=eastwest;whiteSpace=wrap;html=1;" value="+ hitungSubtotal(): Float" vertex="1">
+           <mxGeometry height="26" width="230" y="268" as="geometry" />
        </mxCell>
      </root>
    </mxGraphModel>
  </diagram>
</mxfile>
